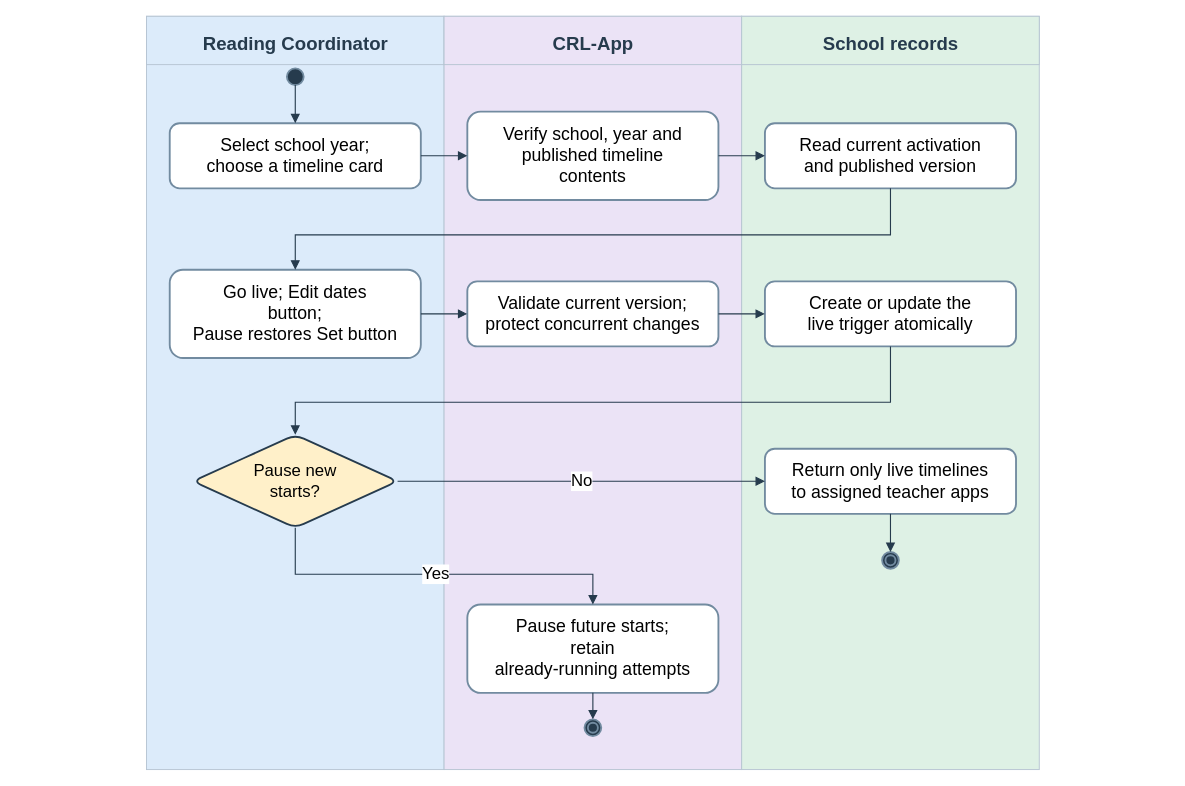
This is docs/diagrams/class-workspaces/figure-15c-assessment-activation.drawio from AkuSayangKamuJudaSayang/crl-app, a draw.io file, before an edit. Source tidied: cells renumbered, new cells numbered last; positions are measured from the earlier drawing's top-left corner, leaving out a move shared by most shapes. Both pictures are drawn from the tidied source at 93%, with x=0, y=0 at pixel (16, 16).
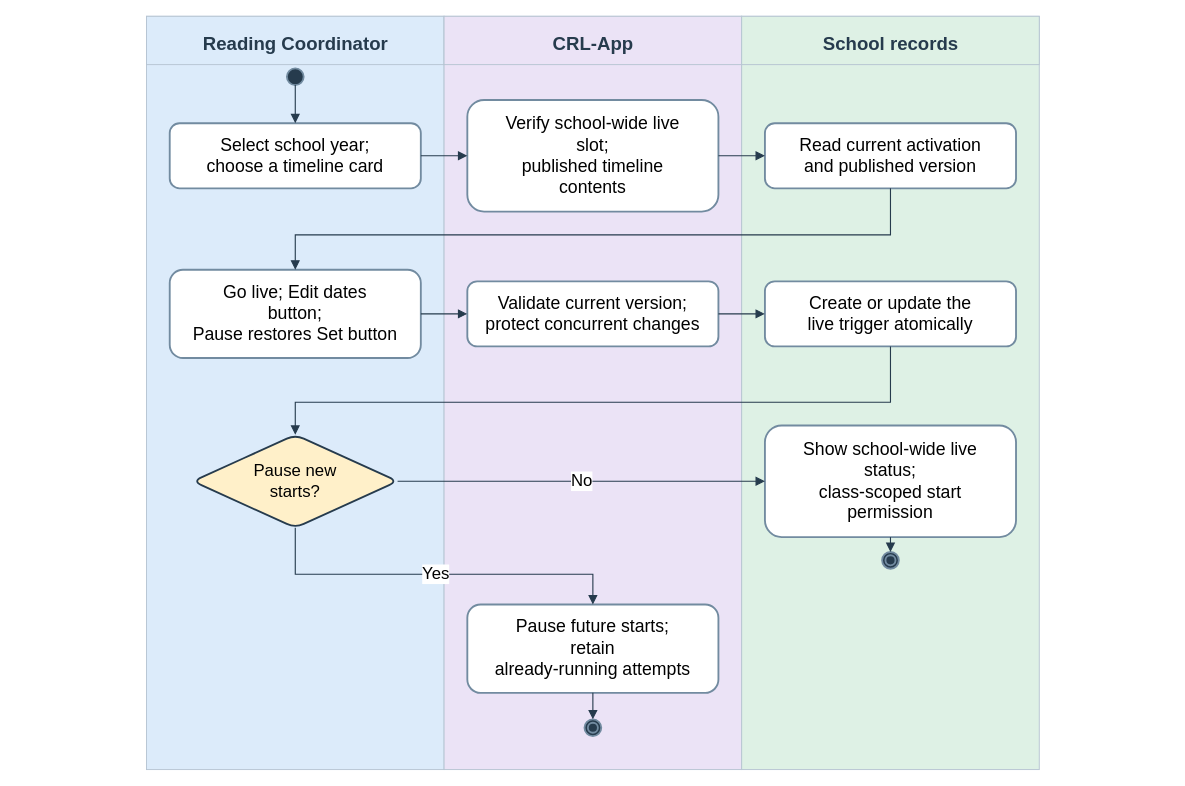
Above is the later version.

The edit, as a diff of the source:
```diff
@@
-    <mxCell id="13" value="Verify school, year and&lt;br&gt;published timeline&lt;br&gt;contents" style="rounded=1;whiteSpace=wrap;html=1;fontFamily=Arial;fillColor=#ffffff;strokeColor=#728ba0;strokeWidth=2;fontSize=19;" parent="1" vertex="1">
-      <mxGeometry x="485" y="102.5" width="270" height="95" as="geometry" />
+    <mxCell id="13" value="Verify school-wide live&lt;br&gt;slot;&lt;br&gt;published timeline&lt;br&gt;contents" style="rounded=1;whiteSpace=wrap;html=1;fontFamily=Arial;fillColor=#ffffff;strokeColor=#728ba0;strokeWidth=2;fontSize=19;" parent="1" vertex="1">
+      <mxGeometry x="485" y="90" width="270" height="120" as="geometry" />
     </mxCell>
@@
-    <mxCell id="19" value="Return only live timelines&lt;br&gt;to assigned teacher apps" style="rounded=1;whiteSpace=wrap;html=1;fontFamily=Arial;fillColor=#ffffff;strokeColor=#728ba0;strokeWidth=2;fontSize=19;" parent="1" vertex="1">
-      <mxGeometry x="805" y="465" width="270" height="70" as="geometry" />
+    <mxCell id="19" value="Show school-wide live&lt;br&gt;status;&lt;br&gt;class-scoped start&lt;br&gt;permission" style="rounded=1;whiteSpace=wrap;html=1;fontFamily=Arial;fillColor=#ffffff;strokeColor=#728ba0;strokeWidth=2;fontSize=19;" parent="1" vertex="1">
+      <mxGeometry x="805" y="440" width="270" height="120" as="geometry" />
     </mxCell>
```
